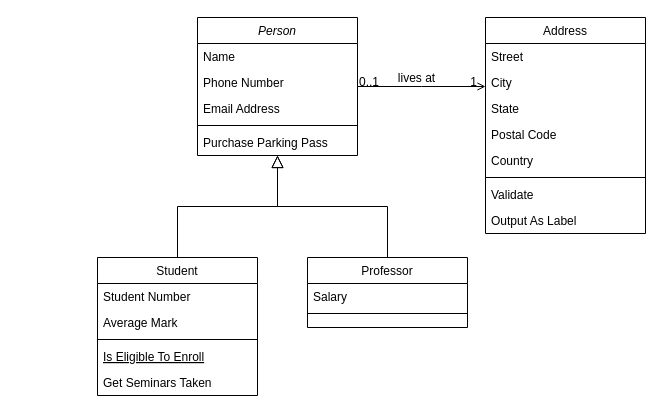
Above: Untitled Diagram.drawio in krippix/PlaylistManager (draw.io), before the change. Source tidied: cells renumbered, new cells numbered last; positions are measured from the earlier drawing's top-left corner, leaving out a move shared by most shapes. Both pictures are drawn from the tidied source at 100%, with x=0, y=0 at pixel (97, 17).
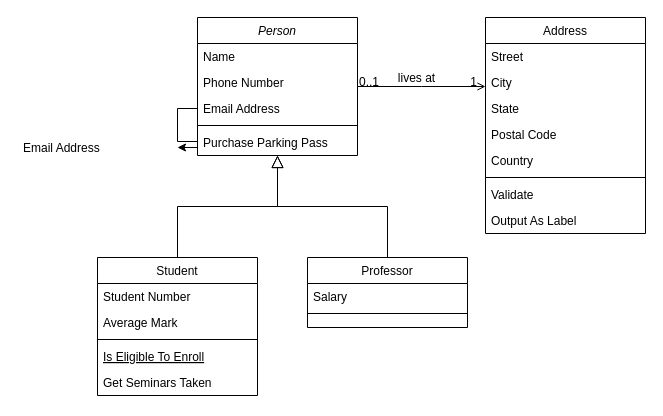
The same page after the edit.

The change refers to these unchanged cells:
```xml
<mxCell id="5" value="Email Address" style="text;align=left;verticalAlign=top;spacingLeft=4;spacingRight=4;overflow=hidden;points=[[0,0.5],[1,0.5]];portConstraint=eastwest;rounded=0;shadow=0;html=0;" parent="2" vertex="1">
  <mxGeometry y="78" width="160" height="26" as="geometry" />
</mxCell>
```

Change to the diagram source:
```diff
@@
+    <mxCell id="32" value="Email Address" style="text;align=left;verticalAlign=top;spacingLeft=4;spacingRight=4;overflow=hidden;points=[[0,0.5],[1,0.5]];portConstraint=eastwest;rounded=0;shadow=0;html=0;" parent="1" vertex="1">
+      <mxGeometry x="-80" y="117" width="160" height="26" as="geometry" />
+    </mxCell>
+    <mxCell id="33" style="edgeStyle=orthogonalEdgeStyle;rounded=0;jettySize=auto;html=1;" parent="1" edge="1" source="5" target="32">
+      <mxGeometry relative="1" as="geometry" />
+    </mxCell>
```
